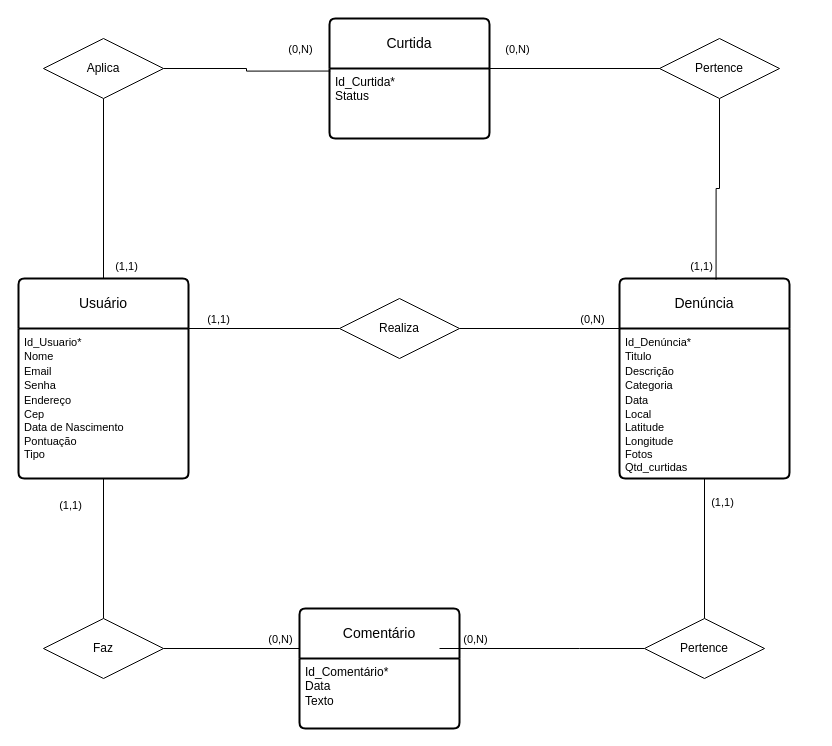
Above: Documentação/Diagramas/Diagrama Entidade Relacionamento.drawio in frsouzaa/Documentacao-TCC-NossaVia (draw.io), before the change. Source tidied: cells renumbered, new cells numbered last; positions are measured from the earlier drawing's top-left corner, leaving out a move shared by most shapes. Both pictures are drawn from the tidied source at 100%, with x=0, y=0 at pixel (18, 18).
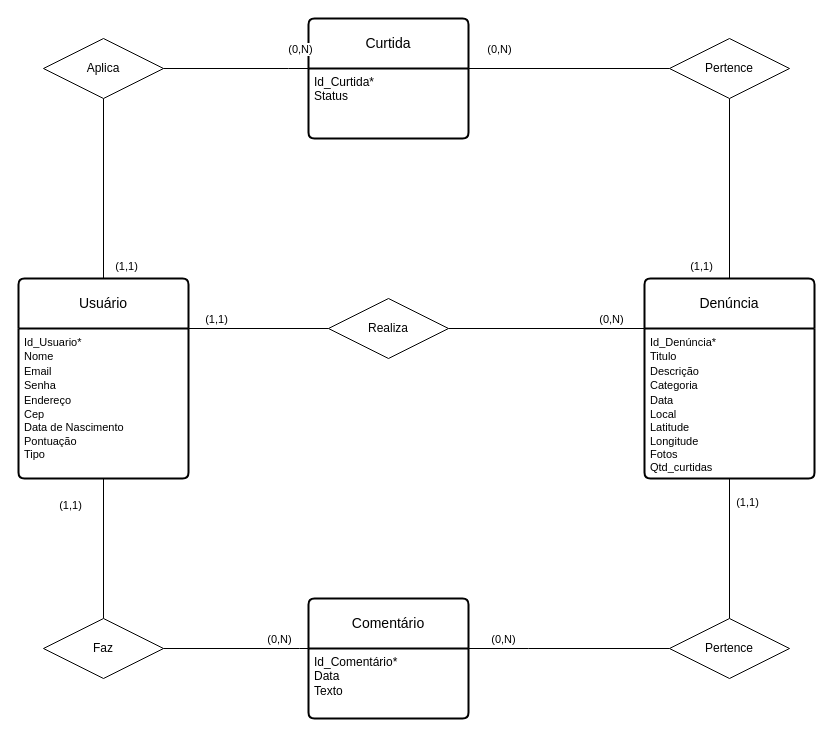
After the change.

Unchanged cells that the change refers to:
```xml
<mxCell id="7" value="&lt;div&gt;Id_Comentário*&lt;/div&gt;Data&lt;div&gt;Texto&lt;/div&gt;" style="align=left;strokeColor=none;fillColor=none;spacingLeft=4;fontSize=12;verticalAlign=top;html=1;" parent="6" vertex="1">
  <mxGeometry y="50" width="160" height="70" as="geometry" />
</mxCell>
<mxCell id="9" value="&lt;div&gt;Id_Curtida*&lt;/div&gt;Status" style="align=left;strokeColor=none;fillColor=none;spacingLeft=4;fontSize=12;verticalAlign=top;html=1;" parent="8" vertex="1">
  <mxGeometry y="50" width="160" height="70" as="geometry" />
</mxCell>
<mxCell id="29" value="Aplica" style="shape=rhombus;perimeter=rhombusPerimeter;whiteSpace=wrap;html=1;align=center;" parent="1" vertex="1">
  <mxGeometry x="25" y="20" width="120" height="60" as="geometry" />
</mxCell>
```

The edit, as a diff of the source:
```diff
@@
     <mxCell id="4" value="Denúncia" style="swimlane;horizontal=1;startSize=50;rounded=1;fontSize=14;fontStyle=0;strokeWidth=2;shadow=0;dashed=0;align=center;arcSize=4;whiteSpace=wrap;html=1;" parent="1" vertex="1">
-      <mxGeometry x="601" y="260" width="170" height="200" as="geometry" />
+      <mxGeometry x="626" y="260" width="170" height="200" as="geometry" />
     </mxCell>
@@
     <mxCell id="6" value="Comentário" style="swimlane;horizontal=1;startSize=50;rounded=1;fontSize=14;fontStyle=0;strokeWidth=2;shadow=0;align=center;arcSize=4;whiteSpace=wrap;html=1;" parent="1" vertex="1">
-      <mxGeometry x="281" y="590" width="160" height="120" as="geometry" />
+      <mxGeometry x="290" y="580" width="160" height="120" as="geometry" />
     </mxCell>
@@
     <mxCell id="8" value="Curtida" style="swimlane;horizontal=1;startSize=50;rounded=1;fontSize=14;fontStyle=0;strokeWidth=2;shadow=0;align=center;arcSize=4;whiteSpace=wrap;html=1;" parent="1" vertex="1">
-      <mxGeometry x="311" width="160" height="120" as="geometry" />
+      <mxGeometry x="290" width="160" height="120" as="geometry" />
     </mxCell>
@@
     <mxCell id="13" value="Realiza" style="shape=rhombus;perimeter=rhombusPerimeter;whiteSpace=wrap;html=1;align=center;" parent="1" vertex="1">
-      <mxGeometry x="321" y="280" width="120" height="60" as="geometry" />
+      <mxGeometry x="310" y="280" width="120" height="60" as="geometry" />
     </mxCell>
@@
-    <mxCell id="25" style="edgeStyle=orthogonalEdgeStyle;rounded=0;jettySize=auto;html=1;exitX=0;exitY=0.5;exitDx=0;exitDy=0;entryX=1;entryY=0.5;entryDx=0;entryDy=0;endArrow=none;endFill=0;" parent="1" edge="1" source="27">
+    <mxCell id="25" style="edgeStyle=orthogonalEdgeStyle;rounded=0;jettySize=auto;html=1;exitX=0;exitY=0.5;exitDx=0;exitDy=0;entryX=1;entryY=0;entryDx=0;entryDy=0;endArrow=none;endFill=0;" parent="1" edge="1" source="27" target="7">
       <mxGeometry relative="1" as="geometry">
-        <mxPoint x="421" y="630" as="targetPoint" />
         <Array as="points">
-          <mxPoint x="561" y="630" />
-          <mxPoint x="561" y="630" />
+          <mxPoint x="510" y="630" />
+          <mxPoint x="510" y="630" />
         </Array>
       </mxGeometry>
     </mxCell>
@@
     <mxCell id="27" value="Pertence" style="shape=rhombus;perimeter=rhombusPerimeter;whiteSpace=wrap;html=1;align=center;" parent="1" vertex="1">
-      <mxGeometry x="626" y="600" width="120" height="60" as="geometry" />
+      <mxGeometry x="651" y="600" width="120" height="60" as="geometry" />
     </mxCell>
-    <mxCell id="28" style="edgeStyle=orthogonalEdgeStyle;rounded=0;jettySize=auto;html=1;exitX=1;exitY=0.5;exitDx=0;exitDy=0;entryX=0.005;entryY=0.438;entryDx=0;entryDy=0;endArrow=none;endFill=0;entryPerimeter=0;" parent="1" edge="1" source="29" target="8">
-      <mxGeometry relative="1" as="geometry" />
+    <mxCell id="28" style="edgeStyle=orthogonalEdgeStyle;rounded=0;jettySize=auto;html=1;exitX=1;exitY=0.5;exitDx=0;exitDy=0;entryX=0;entryY=0;entryDx=0;entryDy=0;endArrow=none;endFill=0;" parent="1" edge="1" source="29" target="9">
+      <mxGeometry relative="1" as="geometry">
+        <Array as="points">
+          <mxPoint x="270" y="50" />
+          <mxPoint x="270" y="50" />
+        </Array>
+      </mxGeometry>
     </mxCell>
@@
-    <mxCell id="30" style="edgeStyle=orthogonalEdgeStyle;rounded=0;jettySize=auto;html=1;exitX=0.5;exitY=1;exitDx=0;exitDy=0;entryX=0.568;entryY=0.006;entryDx=0;entryDy=0;endArrow=none;endFill=0;entryPerimeter=0;" parent="1" edge="1" source="31" target="4">
+    <mxCell id="30" style="edgeStyle=orthogonalEdgeStyle;rounded=0;jettySize=auto;html=1;exitX=0.5;exitY=1;exitDx=0;exitDy=0;entryX=0.5;entryY=0;entryDx=0;entryDy=0;endArrow=none;endFill=0;" parent="1" edge="1" source="31" target="4">
       <mxGeometry relative="1" as="geometry" />
     </mxCell>
     <mxCell id="31" value="Pertence" style="shape=rhombus;perimeter=rhombusPerimeter;whiteSpace=wrap;html=1;align=center;" parent="1" vertex="1">
-      <mxGeometry x="641" y="20" width="120" height="60" as="geometry" />
+      <mxGeometry x="651" y="20" width="120" height="60" as="geometry" />
     </mxCell>
```
